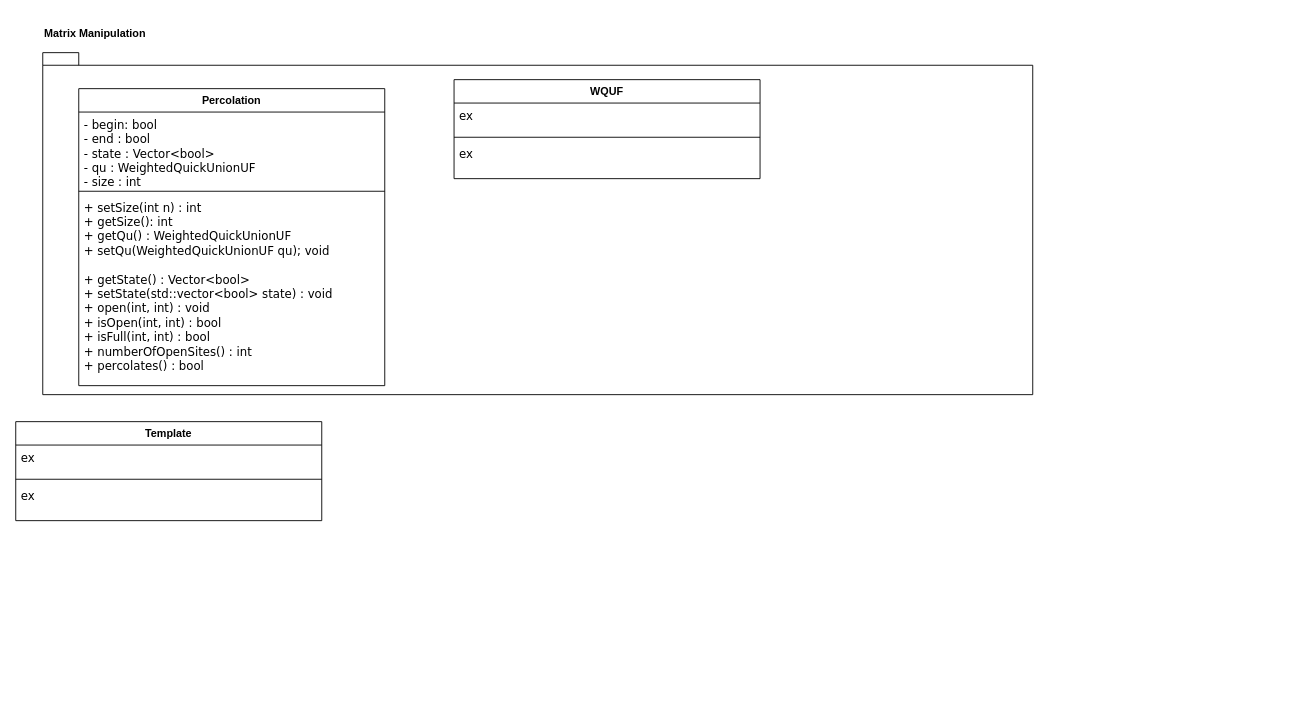
PinzonHarker/ProyectoIntermedioHC-2022-1 keeps this draw.io diagram as Untitled Diagram.drawio. Above is the earlier version. Source tidied: cells renumbered, new cells numbered last; positions are measured from the earlier drawing's top-left corner, leaving out a move shared by most shapes. Both pictures are drawn from the tidied source at 90%, with x=0, y=0 at pixel (15, 52).
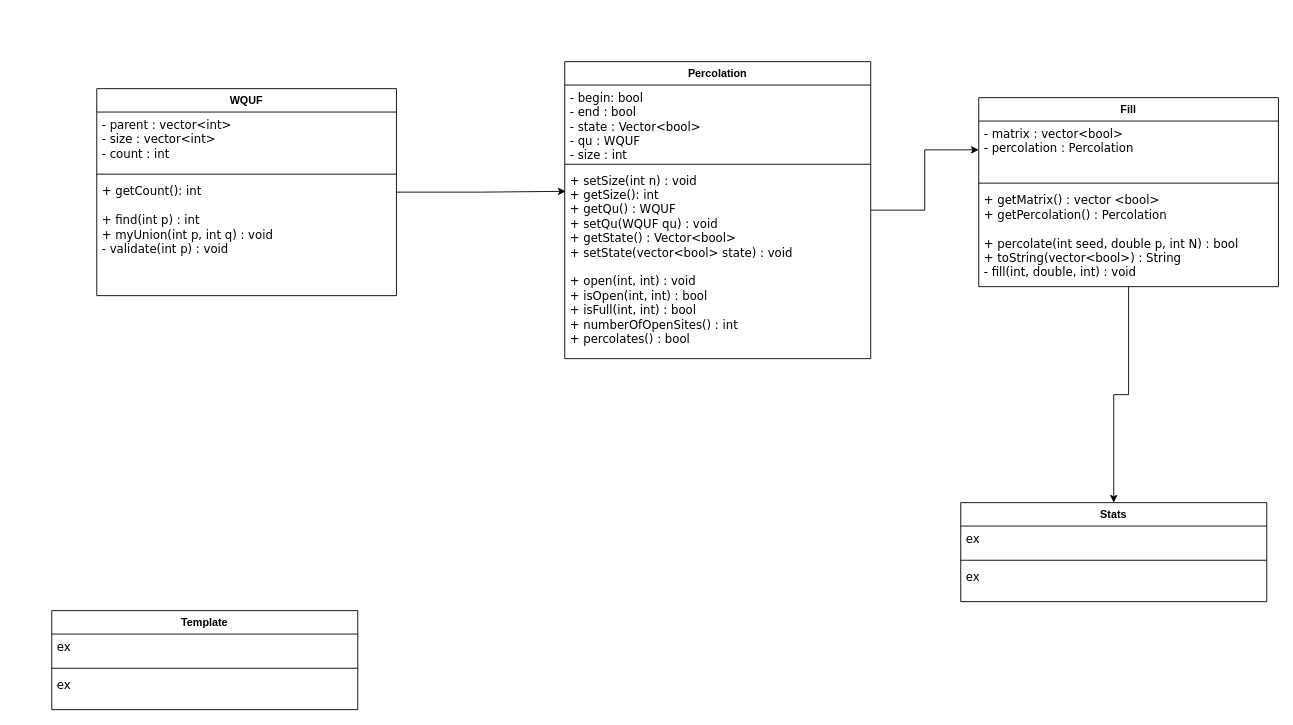
The same page after the edit.

Diff of the diagram source:
```diff
@@
-    <mxCell id="2" value="&lt;p&gt;Matrix Manipulation&lt;/p&gt;" style="shape=folder;fontStyle=1;spacingTop=10;tabWidth=40;tabHeight=14;tabPosition=left;html=1;labelPosition=center;verticalLabelPosition=top;align=left;verticalAlign=bottom;" parent="1" vertex="1">
-      <mxGeometry x="30" width="1100" height="380" as="geometry" />
-    </mxCell>
+    <mxCell id="15" style="edgeStyle=orthogonalEdgeStyle;rounded=0;jettySize=auto;html=1;entryX=0;entryY=0.5;entryDx=0;entryDy=0;" parent="1" edge="1" source="3" target="12">
+      <mxGeometry relative="1" as="geometry" />
+    </mxCell>
     <mxCell id="3" value="Percolation&#10;" style="swimlane;fontStyle=1;align=center;verticalAlign=top;horizontal=1;startSize=26;" parent="1" vertex="1">
-      <mxGeometry x="70" y="40" width="340" height="330" as="geometry" />
+      <mxGeometry x="610" y="10" width="340" height="330" as="geometry" />
     </mxCell>
-    <mxCell id="4" value="- begin: bool  &#10;- end : bool &#10;- state : Vector&lt;bool&gt;&#10;- qu : WeightedQuickUnionUF&#10;- size : int " style="text;strokeColor=none;fillColor=none;align=left;verticalAlign=top;spacingLeft=4;spacingRight=4;overflow=hidden;fontFamily=Verdana;fontSize=13;" parent="3" vertex="1">
+    <mxCell id="4" value="- begin: bool  &#10;- end : bool &#10;- state : Vector&lt;bool&gt;&#10;- qu : WQUF&#10;- size : int " style="text;strokeColor=none;fillColor=none;align=left;verticalAlign=top;spacingLeft=4;spacingRight=4;overflow=hidden;fontFamily=Verdana;fontSize=13;" parent="3" vertex="1">
       <mxGeometry y="26" width="340" height="84" as="geometry" />
     </mxCell>
@@
-    <mxCell id="6" value="+ setSize(int n) : int &#10;+ getSize(): int&#10;+ getQu() : WeightedQuickUnionUF&#10;+ setQu(WeightedQuickUnionUF qu); void &#10;&#10;+ getState() : Vector&lt;bool&gt;&#10;+ setState(std::vector&lt;bool&gt; state) : void &#10;+ open(int, int) : void &#10;+ isOpen(int, int) : bool &#10;+ isFull(int, int) : bool &#10;+ numberOfOpenSites() : int &#10;+ percolates() : bool " style="text;strokeColor=none;fillColor=none;align=left;verticalAlign=top;spacingLeft=4;spacingRight=4;overflow=hidden;points=[[0,0.5],[1,0.5]];portConstraint=eastwest;fontSize=13;fontFamily=Verdana;" parent="3" vertex="1">
+    <mxCell id="6" value="+ setSize(int n) : void &#10;+ getSize(): int&#10;+ getQu() : WQUF&#10;+ setQu(WQUF qu) : void &#10;+ getState() : Vector&lt;bool&gt;&#10;+ setState(vector&lt;bool&gt; state) : void&#10; &#10;+ open(int, int) : void &#10;+ isOpen(int, int) : bool &#10;+ isFull(int, int) : bool &#10;+ numberOfOpenSites() : int &#10;+ percolates() : bool " style="text;strokeColor=none;fillColor=none;align=left;verticalAlign=top;spacingLeft=4;spacingRight=4;overflow=hidden;points=[[0,0.5],[1,0.5]];portConstraint=eastwest;fontSize=13;fontFamily=Verdana;" parent="3" vertex="1">
       <mxGeometry y="118" width="340" height="212" as="geometry" />
     </mxCell>
     <mxCell id="7" value="Template" style="swimlane;fontStyle=1;align=center;verticalAlign=top;horizontal=1;startSize=26;" parent="1" vertex="1">
-      <mxGeometry y="410" width="340" height="110" as="geometry" />
+      <mxGeometry x="40" y="620" width="340" height="110" as="geometry" />
     </mxCell>
@@
+    <mxCell id="16" style="edgeStyle=orthogonalEdgeStyle;rounded=0;jettySize=auto;html=1;" parent="1" edge="1" source="11" target="22">
+      <mxGeometry relative="1" as="geometry" />
+    </mxCell>
-    <mxCell id="11" value="WQUF" style="swimlane;fontStyle=1;align=center;verticalAlign=top;horizontal=1;startSize=26;" parent="1" vertex="1">
-      <mxGeometry x="487" y="30" width="340" height="110" as="geometry" />
+    <mxCell id="11" value="Fill" style="swimlane;fontStyle=1;align=center;verticalAlign=top;horizontal=1;startSize=26;" parent="1" vertex="1">
+      <mxGeometry x="1070" y="50" width="333" height="210" as="geometry" />
     </mxCell>
-    <mxCell id="12" value="ex" style="text;strokeColor=none;fillColor=none;align=left;verticalAlign=top;spacingLeft=4;spacingRight=4;overflow=hidden;points=[[0,0.5],[1,0.5]];portConstraint=eastwest;fontFamily=Verdana;fontSize=13;" parent="11" vertex="1">
-      <mxGeometry y="26" width="340" height="34" as="geometry" />
+    <mxCell id="12" value="- matrix : vector&lt;bool&gt;&#10;- percolation : Percolation" style="text;strokeColor=none;fillColor=none;align=left;verticalAlign=top;spacingLeft=4;spacingRight=4;overflow=hidden;points=[[0,0.5],[1,0.5]];portConstraint=eastwest;fontFamily=Verdana;fontSize=13;" parent="11" vertex="1">
+      <mxGeometry y="26" width="333" height="64" as="geometry" />
     </mxCell>
     <mxCell id="13" style="line;strokeWidth=1;fillColor=none;align=left;verticalAlign=middle;spacingTop=-1;spacingLeft=3;spacingRight=3;labelPosition=right;" parent="11" vertex="1">
-      <mxGeometry y="60" width="340" height="8" as="geometry" />
+      <mxGeometry y="90" width="333" height="10" as="geometry" />
     </mxCell>
-    <mxCell id="14" value="ex" style="text;strokeColor=none;fillColor=none;align=left;verticalAlign=top;spacingLeft=4;spacingRight=4;overflow=hidden;fontSize=13;fontFamily=Verdana;" parent="11" vertex="1">
-      <mxGeometry y="68" width="340" height="42" as="geometry" />
+    <mxCell id="14" value="+ getMatrix() : vector &lt;bool&gt;&#10;+ getPercolation() : Percolation&#10;&#10;+ percolate(int seed, double p, int N) : bool&#10;+ toString(vector&lt;bool&gt;) : String&#10;- fill(int, double, int) : void" style="text;strokeColor=none;fillColor=none;align=left;verticalAlign=top;spacingLeft=4;spacingRight=4;overflow=hidden;fontSize=13;fontFamily=Verdana;" parent="11" vertex="1">
+      <mxGeometry y="100" width="333" height="110" as="geometry" />
     </mxCell>
+    <mxCell id="17" style="edgeStyle=orthogonalEdgeStyle;rounded=0;jettySize=auto;html=1;entryX=0.003;entryY=0.123;entryDx=0;entryDy=0;entryPerimeter=0;" parent="1" edge="1" source="18" target="6">
+      <mxGeometry relative="1" as="geometry" />
+    </mxCell>
+    <mxCell id="18" value="WQUF" style="swimlane;fontStyle=1;align=center;verticalAlign=top;horizontal=1;startSize=26;" parent="1" vertex="1">
+      <mxGeometry x="90" y="40" width="333" height="230" as="geometry" />
+    </mxCell>
+    <mxCell id="19" value="- parent : vector&lt;int&gt;&#10;- size : vector&lt;int&gt;&#10;- count : int" style="text;strokeColor=none;fillColor=none;align=left;verticalAlign=top;spacingLeft=4;spacingRight=4;overflow=hidden;fontFamily=Verdana;fontSize=13;" parent="18" vertex="1">
+      <mxGeometry y="26" width="333" height="64" as="geometry" />
+    </mxCell>
+    <mxCell id="20" style="line;strokeWidth=1;fillColor=none;align=left;verticalAlign=middle;spacingTop=-1;spacingLeft=3;spacingRight=3;labelPosition=right;" parent="18" vertex="1">
+      <mxGeometry y="90" width="333" height="10" as="geometry" />
+    </mxCell>
+    <mxCell id="21" value="+ getCount(): int&#10;&#10;+ find(int p) : int&#10;+ myUnion(int p, int q) : void&#10;- validate(int p) : void" style="text;strokeColor=none;fillColor=none;align=left;verticalAlign=top;spacingLeft=4;spacingRight=4;overflow=hidden;fontSize=13;fontFamily=Verdana;" parent="18" vertex="1">
+      <mxGeometry y="100" width="333" height="130" as="geometry" />
+    </mxCell>
+    <mxCell id="22" value="Stats" style="swimlane;fontStyle=1;align=center;verticalAlign=top;horizontal=1;startSize=26;" parent="1" vertex="1">
+      <mxGeometry x="1050" y="500" width="340" height="110" as="geometry" />
+    </mxCell>
+    <mxCell id="23" value="ex" style="text;strokeColor=none;fillColor=none;align=left;verticalAlign=top;spacingLeft=4;spacingRight=4;overflow=hidden;fontFamily=Verdana;fontSize=13;" parent="22" vertex="1">
+      <mxGeometry y="26" width="340" height="34" as="geometry" />
+    </mxCell>
+    <mxCell id="24" style="line;strokeWidth=1;fillColor=none;align=left;verticalAlign=middle;spacingTop=-1;spacingLeft=3;spacingRight=3;labelPosition=right;" parent="22" vertex="1">
+      <mxGeometry y="60" width="340" height="8" as="geometry" />
+    </mxCell>
+    <mxCell id="25" value="ex" style="text;strokeColor=none;fillColor=none;align=left;verticalAlign=top;spacingLeft=4;spacingRight=4;overflow=hidden;fontSize=13;fontFamily=Verdana;" parent="22" vertex="1">
+      <mxGeometry y="68" width="340" height="42" as="geometry" />
+    </mxCell>
```
